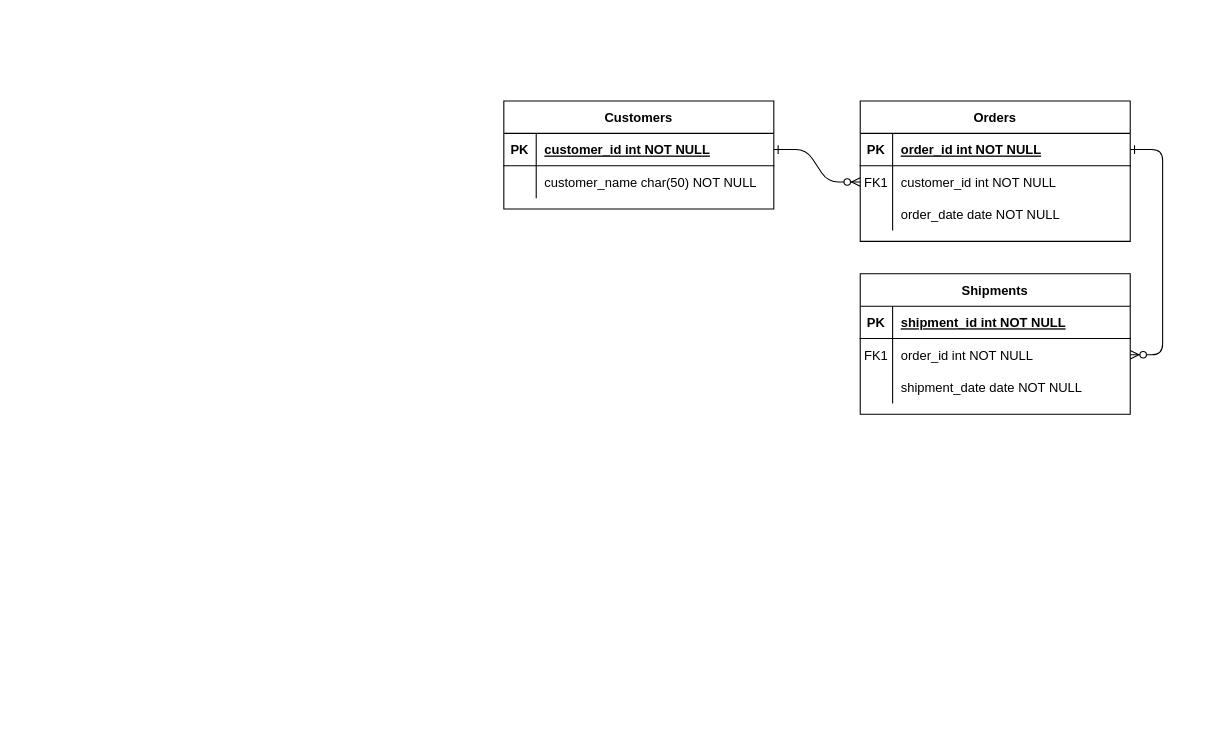
This is BASE DE DATOS/Diagrama sin título.drawio from BOOLEANOS/ABP-SmartHome-Solutions, a draw.io file, before an edit. Source tidied: cells renumbered, new cells numbered last; positions are measured from the earlier drawing's top-left corner, leaving out a move shared by most shapes. Both pictures are drawn from the tidied source at 108%, with x=0, y=0 at pixel (503, 100).
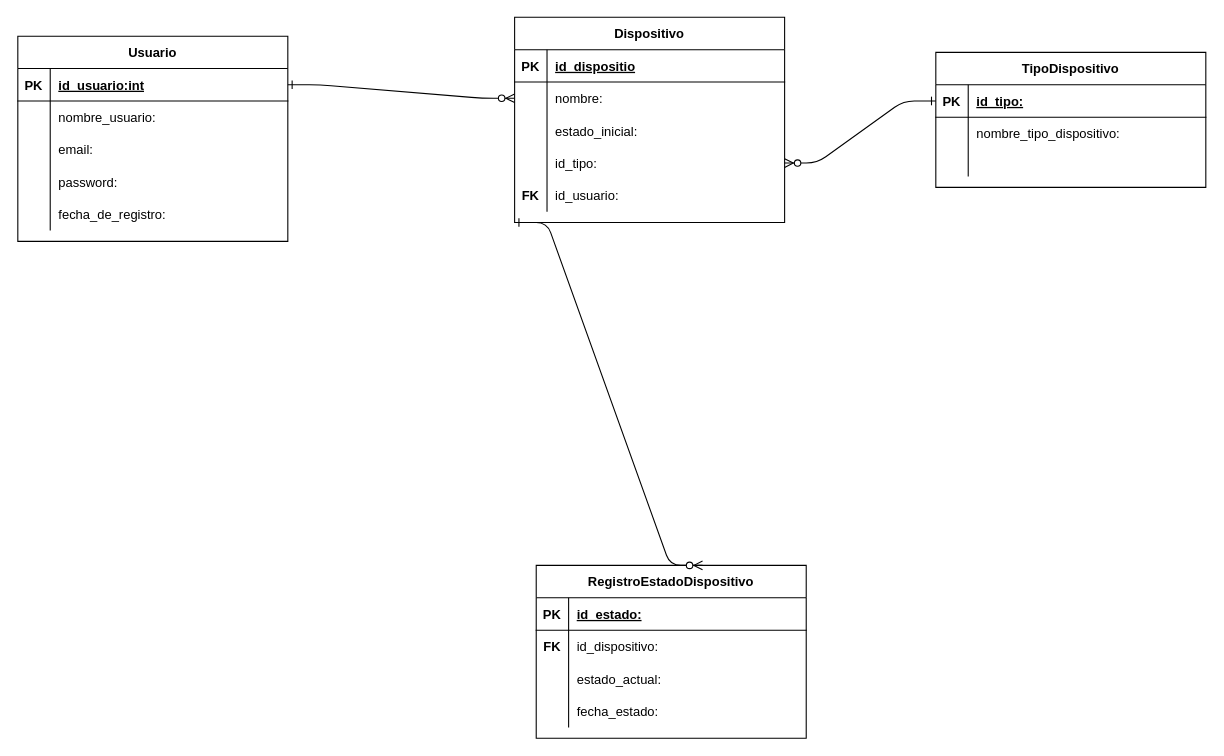
Above is the later version.

Unchanged cells that the change refers to:
```xml
<mxCell id="5" style="shape=partialRectangle;fillColor=none;points=[[0,0.5],[1,0.5]];portConstraint=eastwest;top=0;left=0;right=0;bottom=1;" parent="4" vertex="1">
  <mxGeometry y="30" width="250" height="30" as="geometry" />
</mxCell>
<mxCell id="8" style="shape=partialRectangle;fillColor=none;points=[[0,0.5],[1,0.5]];portConstraint=eastwest;top=0;left=0;right=0;bottom=0;" parent="4" vertex="1">
  <mxGeometry y="60" width="250" height="30" as="geometry" />
</mxCell>
<mxCell id="11" style="shape=partialRectangle;fillColor=none;top=0;left=0;right=0;bottom=0;" parent="4" vertex="1">
  <mxGeometry y="90" width="250" height="30" as="geometry" />
</mxCell>
<mxCell id="15" style="shape=partialRectangle;fillColor=none;points=[[0,0.5],[1,0.5]];portConstraint=eastwest;top=0;left=0;right=0;bottom=1;" parent="14" vertex="1">
  <mxGeometry y="30" width="250" height="30" as="geometry" />
</mxCell>
<mxCell id="18" style="shape=partialRectangle;fillColor=none;points=[[0,0.5],[1,0.5]];portConstraint=eastwest;top=0;left=0;right=0;bottom=0;" parent="14" vertex="1">
  <mxGeometry y="60" width="250" height="30" as="geometry" />
</mxCell>
```

Diff of the diagram source:
```diff
@@
+    <mxCell id="24" value="Usuario" style="shape=table;startSize=30;childLayout=tableLayout;rowLines=0;fontStyle=1;align=center;" parent="1" vertex="1">
+      <mxGeometry x="-450" y="-60" width="250" height="190" as="geometry" />
+    </mxCell>
+    <mxCell id="25" style="shape=partialRectangle;fillColor=none;points=[[0,0.5],[1,0.5]];portConstraint=eastwest;top=0;left=0;right=0;bottom=1;" parent="24" vertex="1">
+      <mxGeometry y="30" width="250" height="30" as="geometry" />
+    </mxCell>
+    <mxCell id="26" value="PK" style="shape=partialRectangle;overflow=hidden;fillColor=none;top=0;left=0;bottom=0;right=0;fontStyle=1;" parent="25" vertex="1">
+      <mxGeometry width="30" height="30" as="geometry" />
+    </mxCell>
+    <mxCell id="27" value="id_usuario:int" style="shape=partialRectangle;overflow=hidden;fillColor=none;top=0;left=0;bottom=0;right=0;align=left;spacingLeft=6;fontStyle=5;" parent="25" vertex="1">
+      <mxGeometry x="30" width="220" height="30" as="geometry" />
+    </mxCell>
+    <mxCell id="28" style="shape=partialRectangle;fillColor=none;top=0;left=0;right=0;bottom=0;" parent="24" vertex="1">
+      <mxGeometry y="60" width="250" height="30" as="geometry" />
+    </mxCell>
+    <mxCell id="29" style="shape=partialRectangle;overflow=hidden;fillColor=none;top=0;left=0;bottom=0;right=0;" parent="28" vertex="1">
+      <mxGeometry width="30" height="30" as="geometry" />
+    </mxCell>
+    <mxCell id="30" value="nombre_usuario: " style="shape=partialRectangle;overflow=hidden;fillColor=none;top=0;left=0;bottom=0;right=0;align=left;spacingLeft=6;strokeColor=default;" parent="28" vertex="1">
+      <mxGeometry x="30" width="220" height="30" as="geometry" />
+    </mxCell>
+    <mxCell id="31" style="shape=partialRectangle;fillColor=none;top=0;left=0;right=0;bottom=0;" parent="24" vertex="1">
+      <mxGeometry y="90" width="250" height="30" as="geometry" />
+    </mxCell>
+    <mxCell id="32" style="shape=partialRectangle;overflow=hidden;fillColor=none;top=0;left=0;bottom=0;right=0;" parent="31" vertex="1">
+      <mxGeometry width="30" height="30" as="geometry" />
+    </mxCell>
+    <mxCell id="33" value="email: " style="shape=partialRectangle;overflow=hidden;fillColor=none;top=0;left=0;bottom=0;right=0;align=left;spacingLeft=6;strokeColor=default;" parent="31" vertex="1">
+      <mxGeometry x="30" width="220" height="30" as="geometry" />
+    </mxCell>
+    <mxCell id="34" style="shape=partialRectangle;fillColor=none;top=0;left=0;right=0;bottom=0;" parent="24" vertex="1">
+      <mxGeometry y="120" width="250" height="30" as="geometry" />
+    </mxCell>
+    <mxCell id="35" style="shape=partialRectangle;overflow=hidden;fillColor=none;top=0;left=0;bottom=0;right=0;" parent="34" vertex="1">
+      <mxGeometry width="30" height="30" as="geometry" />
+    </mxCell>
+    <mxCell id="36" value="password:" style="shape=partialRectangle;overflow=hidden;fillColor=none;top=0;left=0;bottom=0;right=0;align=left;spacingLeft=6;strokeColor=default;" parent="34" vertex="1">
+      <mxGeometry x="30" width="220" height="30" as="geometry" />
+    </mxCell>
+    <mxCell id="37" style="shape=partialRectangle;fillColor=none;top=0;left=0;right=0;bottom=0;" parent="24" vertex="1">
+      <mxGeometry y="150" width="250" height="30" as="geometry" />
+    </mxCell>
+    <mxCell id="38" style="shape=partialRectangle;overflow=hidden;fillColor=none;top=0;left=0;bottom=0;right=0;" parent="37" vertex="1">
+      <mxGeometry width="30" height="30" as="geometry" />
+    </mxCell>
+    <mxCell id="39" value="fecha_de_registro:" style="shape=partialRectangle;overflow=hidden;fillColor=none;top=0;left=0;bottom=0;right=0;align=left;spacingLeft=6;strokeColor=default;" parent="37" vertex="1">
+      <mxGeometry x="30" width="220" height="30" as="geometry" />
+    </mxCell>
@@
-    <mxCell id="3" style="edgeStyle=entityRelationEdgeStyle;endArrow=ERzeroToMany;startArrow=ERone;endFill=1;startFill=0;" parent="1" edge="1" source="5" target="18">
+    <mxCell id="3" style="edgeStyle=entityRelationEdgeStyle;endArrow=ERzeroToMany;startArrow=ERone;endFill=1;startFill=0;exitX=0;exitY=0.5;exitDx=0;exitDy=0;entryX=1;entryY=0.5;entryDx=0;entryDy=0;" parent="1" edge="1" source="15" target="40">
       <mxGeometry relative="1" as="geometry" />
     </mxCell>
-    <mxCell id="4" value="Orders" style="shape=table;startSize=30;childLayout=tableLayout;rowLines=0;fontStyle=1;align=center;" parent="1" vertex="1">
-      <mxGeometry x="330" width="250" height="130" as="geometry" />
+    <mxCell id="4" value="Dispositivo" style="shape=table;startSize=30;childLayout=tableLayout;rowLines=0;fontStyle=1;align=center;" parent="1" vertex="1">
+      <mxGeometry x="10" y="-77.5" width="250" height="190" as="geometry" />
     </mxCell>
@@
-    <mxCell id="7" value="order_id int NOT NULL " style="shape=partialRectangle;overflow=hidden;fillColor=none;top=0;left=0;bottom=0;right=0;align=left;spacingLeft=6;fontStyle=5;" parent="5" vertex="1">
+    <mxCell id="7" value="id_dispositio" style="shape=partialRectangle;overflow=hidden;fillColor=none;top=0;left=0;bottom=0;right=0;align=left;spacingLeft=6;fontStyle=5;" parent="5" vertex="1">
       <mxGeometry x="30" width="220" height="30" as="geometry" />
     </mxCell>
@@
-    <mxCell id="9" value="FK1" style="shape=partialRectangle;overflow=hidden;fillColor=none;top=0;left=0;bottom=0;right=0;" parent="8" vertex="1">
+    <mxCell id="9" style="shape=partialRectangle;overflow=hidden;fillColor=none;top=0;left=0;bottom=0;right=0;" parent="8" vertex="1">
       <mxGeometry width="30" height="30" as="geometry" />
     </mxCell>
-    <mxCell id="10" value="customer_id int NOT NULL" style="shape=partialRectangle;overflow=hidden;fillColor=none;top=0;left=0;bottom=0;right=0;align=left;spacingLeft=6;" parent="8" vertex="1">
+    <mxCell id="10" value="nombre:" style="shape=partialRectangle;overflow=hidden;fillColor=none;top=0;left=0;bottom=0;right=0;align=left;spacingLeft=6;" parent="8" vertex="1">
       <mxGeometry x="30" width="220" height="30" as="geometry" />
     </mxCell>
@@
-    <mxCell id="13" value="order_date date NOT NULL" style="shape=partialRectangle;overflow=hidden;fillColor=none;top=0;left=0;bottom=0;right=0;align=left;spacingLeft=6;" parent="11" vertex="1">
+    <mxCell id="13" value="estado_inicial:" style="shape=partialRectangle;overflow=hidden;fillColor=none;top=0;left=0;bottom=0;right=0;align=left;spacingLeft=6;" parent="11" vertex="1">
       <mxGeometry x="30" width="220" height="30" as="geometry" />
     </mxCell>
+    <mxCell id="40" style="shape=partialRectangle;fillColor=none;points=[[0,0.5],[1,0.5]];portConstraint=eastwest;top=0;left=0;right=0;bottom=0;" parent="4" vertex="1">
+      <mxGeometry y="120" width="250" height="30" as="geometry" />
+    </mxCell>
+    <mxCell id="41" style="shape=partialRectangle;overflow=hidden;fillColor=none;top=0;left=0;bottom=0;right=0;" parent="40" vertex="1">
+      <mxGeometry width="30" height="30" as="geometry" />
+    </mxCell>
+    <mxCell id="42" value="id_tipo:" style="shape=partialRectangle;overflow=hidden;fillColor=none;top=0;left=0;bottom=0;right=0;align=left;spacingLeft=6;" parent="40" vertex="1">
+      <mxGeometry x="30" width="220" height="30" as="geometry" />
+    </mxCell>
+    <mxCell id="43" style="shape=partialRectangle;fillColor=none;top=0;left=0;right=0;bottom=0;" parent="4" vertex="1">
+      <mxGeometry y="150" width="250" height="30" as="geometry" />
+    </mxCell>
+    <mxCell id="44" value="FK" style="shape=partialRectangle;overflow=hidden;fillColor=none;top=0;left=0;bottom=0;right=0;fontStyle=1;" parent="43" vertex="1">
+      <mxGeometry width="30" height="30" as="geometry" />
+    </mxCell>
+    <mxCell id="45" value="id_usuario:" style="shape=partialRectangle;overflow=hidden;fillColor=none;top=0;left=0;bottom=0;right=0;align=left;spacingLeft=6;" parent="43" vertex="1">
+      <mxGeometry x="30" width="220" height="30" as="geometry" />
+    </mxCell>
-    <mxCell id="14" value="Shipments" style="shape=table;startSize=30;childLayout=tableLayout;rowLines=0;fontStyle=1;align=center;" parent="1" vertex="1">
-      <mxGeometry x="330" y="160" width="250" height="130" as="geometry" />
+    <mxCell id="14" value="TipoDispositivo" style="shape=table;startSize=30;childLayout=tableLayout;rowLines=0;fontStyle=1;align=center;" parent="1" vertex="1">
+      <mxGeometry x="400" y="-45" width="250" height="125" as="geometry" />
     </mxCell>
@@
-    <mxCell id="17" value="shipment_id int NOT NULL " style="shape=partialRectangle;overflow=hidden;fillColor=none;top=0;left=0;bottom=0;right=0;align=left;spacingLeft=6;fontStyle=5;" parent="15" vertex="1">
+    <mxCell id="17" value="id_tipo:" style="shape=partialRectangle;overflow=hidden;fillColor=none;top=0;left=0;bottom=0;right=0;align=left;spacingLeft=6;fontStyle=5;" parent="15" vertex="1">
       <mxGeometry x="30" width="220" height="30" as="geometry" />
     </mxCell>
@@
-    <mxCell id="19" value="FK1" style="shape=partialRectangle;overflow=hidden;fillColor=none;top=0;left=0;bottom=0;right=0;" parent="18" vertex="1">
+    <mxCell id="19" style="shape=partialRectangle;overflow=hidden;fillColor=none;top=0;left=0;bottom=0;right=0;" parent="18" vertex="1">
       <mxGeometry width="30" height="30" as="geometry" />
     </mxCell>
-    <mxCell id="20" value="order_id int NOT NULL" style="shape=partialRectangle;overflow=hidden;fillColor=none;top=0;left=0;bottom=0;right=0;align=left;spacingLeft=6;" parent="18" vertex="1">
+    <mxCell id="20" value="nombre_tipo_dispositivo:" style="shape=partialRectangle;overflow=hidden;fillColor=none;top=0;left=0;bottom=0;right=0;align=left;spacingLeft=6;" parent="18" vertex="1">
       <mxGeometry x="30" width="220" height="30" as="geometry" />
     </mxCell>
     <mxCell id="21" style="shape=partialRectangle;fillColor=none;top=0;left=0;right=0;bottom=0;" parent="14" vertex="1">
-      <mxGeometry y="90" width="250" height="30" as="geometry" />
+      <mxGeometry y="90" width="250" height="25" as="geometry" />
     </mxCell>
     <mxCell id="22" style="shape=partialRectangle;overflow=hidden;fillColor=none;top=0;left=0;bottom=0;right=0;" parent="21" vertex="1">
-      <mxGeometry width="30" height="30" as="geometry" />
+      <mxGeometry width="30" height="25" as="geometry" />
     </mxCell>
-    <mxCell id="23" value="shipment_date date NOT NULL" style="shape=partialRectangle;overflow=hidden;fillColor=none;top=0;left=0;bottom=0;right=0;align=left;spacingLeft=6;" parent="21" vertex="1">
-      <mxGeometry x="30" width="220" height="30" as="geometry" />
+    <mxCell id="23" style="shape=partialRectangle;overflow=hidden;fillColor=none;top=0;left=0;bottom=0;right=0;align=left;spacingLeft=6;" parent="21" vertex="1">
+      <mxGeometry x="30" width="220" height="25" as="geometry" />
     </mxCell>
-    <mxCell id="24" value="Customers" style="shape=table;startSize=30;childLayout=tableLayout;rowLines=0;fontStyle=1;align=center;" parent="1" vertex="1">
-      <mxGeometry width="250" height="100" as="geometry" />
-    </mxCell>
-    <mxCell id="25" style="shape=partialRectangle;fillColor=none;points=[[0,0.5],[1,0.5]];portConstraint=eastwest;top=0;left=0;right=0;bottom=1;" parent="24" vertex="1">
-      <mxGeometry y="30" width="250" height="30" as="geometry" />
-    </mxCell>
-    <mxCell id="26" value="PK" style="shape=partialRectangle;overflow=hidden;fillColor=none;top=0;left=0;bottom=0;right=0;fontStyle=1;" parent="25" vertex="1">
-      <mxGeometry width="30" height="30" as="geometry" />
-    </mxCell>
-    <mxCell id="27" value="customer_id int NOT NULL " style="shape=partialRectangle;overflow=hidden;fillColor=none;top=0;left=0;bottom=0;right=0;align=left;spacingLeft=6;fontStyle=5;" parent="25" vertex="1">
-      <mxGeometry x="30" width="220" height="30" as="geometry" />
-    </mxCell>
-    <mxCell id="28" style="shape=partialRectangle;fillColor=none;top=0;left=0;right=0;bottom=0;" parent="24" vertex="1">
-      <mxGeometry y="60" width="250" height="30" as="geometry" />
-    </mxCell>
-    <mxCell id="29" style="shape=partialRectangle;overflow=hidden;fillColor=none;top=0;left=0;bottom=0;right=0;" parent="28" vertex="1">
-      <mxGeometry width="30" height="30" as="geometry" />
-    </mxCell>
-    <mxCell id="30" value="customer_name char(50) NOT NULL" style="shape=partialRectangle;overflow=hidden;fillColor=none;top=0;left=0;bottom=0;right=0;align=left;spacingLeft=6;" parent="28" vertex="1">
-      <mxGeometry x="30" width="220" height="30" as="geometry" />
-    </mxCell>
+    <mxCell id="46" value="RegistroEstadoDispositivo" style="shape=table;startSize=30;childLayout=tableLayout;rowLines=0;fontStyle=1;align=center;" parent="1" vertex="1">
+      <mxGeometry x="30" y="430" width="250" height="160" as="geometry" />
+    </mxCell>
+    <mxCell id="47" style="shape=partialRectangle;fillColor=none;top=0;left=0;right=0;bottom=1;" parent="46" vertex="1">
+      <mxGeometry y="30" width="250" height="30" as="geometry" />
+    </mxCell>
+    <mxCell id="48" value="PK" style="shape=partialRectangle;overflow=hidden;fillColor=none;top=0;left=0;bottom=0;right=0;fontStyle=1;" parent="47" vertex="1">
+      <mxGeometry width="30" height="30" as="geometry" />
+    </mxCell>
+    <mxCell id="49" value="id_estado:" style="shape=partialRectangle;overflow=hidden;fillColor=none;top=0;left=0;bottom=0;right=0;align=left;spacingLeft=6;fontStyle=5;" parent="47" vertex="1">
+      <mxGeometry x="30" width="220" height="30" as="geometry" />
+    </mxCell>
+    <mxCell id="50" style="shape=partialRectangle;fillColor=none;top=0;left=0;right=0;bottom=0;" parent="46" vertex="1">
+      <mxGeometry y="60" width="250" height="30" as="geometry" />
+    </mxCell>
+    <mxCell id="51" value="FK" style="shape=partialRectangle;overflow=hidden;fillColor=none;top=0;left=0;bottom=0;right=0;fontStyle=1;" parent="50" vertex="1">
+      <mxGeometry width="30" height="30" as="geometry" />
+    </mxCell>
+    <mxCell id="52" value="id_dispositivo:" style="shape=partialRectangle;overflow=hidden;fillColor=none;top=0;left=0;bottom=0;right=0;align=left;spacingLeft=6;" parent="50" vertex="1">
+      <mxGeometry x="30" width="220" height="30" as="geometry" />
+    </mxCell>
+    <mxCell id="53" style="shape=partialRectangle;fillColor=none;top=0;left=0;right=0;bottom=0;" parent="46" vertex="1">
+      <mxGeometry y="90" width="250" height="30" as="geometry" />
+    </mxCell>
+    <mxCell id="54" style="shape=partialRectangle;overflow=hidden;fillColor=none;top=0;left=0;bottom=0;right=0;" parent="53" vertex="1">
+      <mxGeometry width="30" height="30" as="geometry" />
+    </mxCell>
+    <mxCell id="55" value="estado_actual:" style="shape=partialRectangle;overflow=hidden;fillColor=none;top=0;left=0;bottom=0;right=0;align=left;spacingLeft=6;" parent="53" vertex="1">
+      <mxGeometry x="30" width="220" height="30" as="geometry" />
+    </mxCell>
+    <mxCell id="56" style="shape=partialRectangle;fillColor=none;top=0;left=0;right=0;bottom=0;" parent="46" vertex="1">
+      <mxGeometry y="120" width="250" height="30" as="geometry" />
+    </mxCell>
+    <mxCell id="57" style="shape=partialRectangle;overflow=hidden;fillColor=none;top=0;left=0;bottom=0;right=0;" parent="56" vertex="1">
+      <mxGeometry width="30" height="30" as="geometry" />
+    </mxCell>
+    <mxCell id="58" value="fecha_estado:" style="shape=partialRectangle;overflow=hidden;fillColor=none;top=0;left=0;bottom=0;right=0;align=left;spacingLeft=6;" parent="56" vertex="1">
+      <mxGeometry x="30" width="220" height="30" as="geometry" />
+    </mxCell>
+    <mxCell id="59" style="edgeStyle=entityRelationEdgeStyle;endArrow=ERzeroToMany;startArrow=ERone;endFill=1;startFill=0;entryX=0.616;entryY=0;entryDx=0;entryDy=0;entryPerimeter=0;exitX=0;exitY=1;exitDx=0;exitDy=0;" parent="1" edge="1" source="4" target="46">
+      <mxGeometry relative="1" as="geometry" />
+    </mxCell>
```
